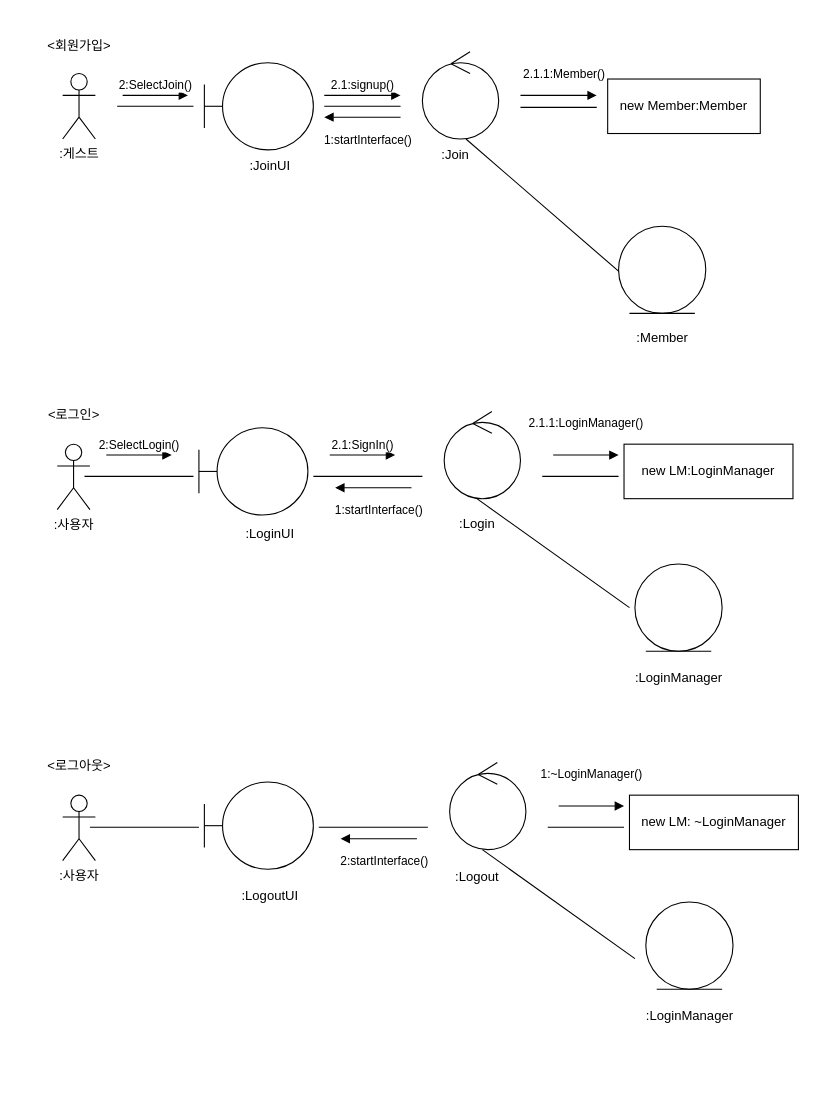
Above: page "페이지-1" (1 of 2) of 소공2차과제 커뮤니케이션 다이어그램.drawio.xml in nowOne2/se2ndAssignment (draw.io), before the change. Source tidied: cells renumbered, new cells numbered last; positions are measured from the earlier drawing's top-left corner, leaving out a move shared by most shapes. Both pictures are drawn from the tidied source at 109%, with x=0, y=0 at pixel (35, 29).
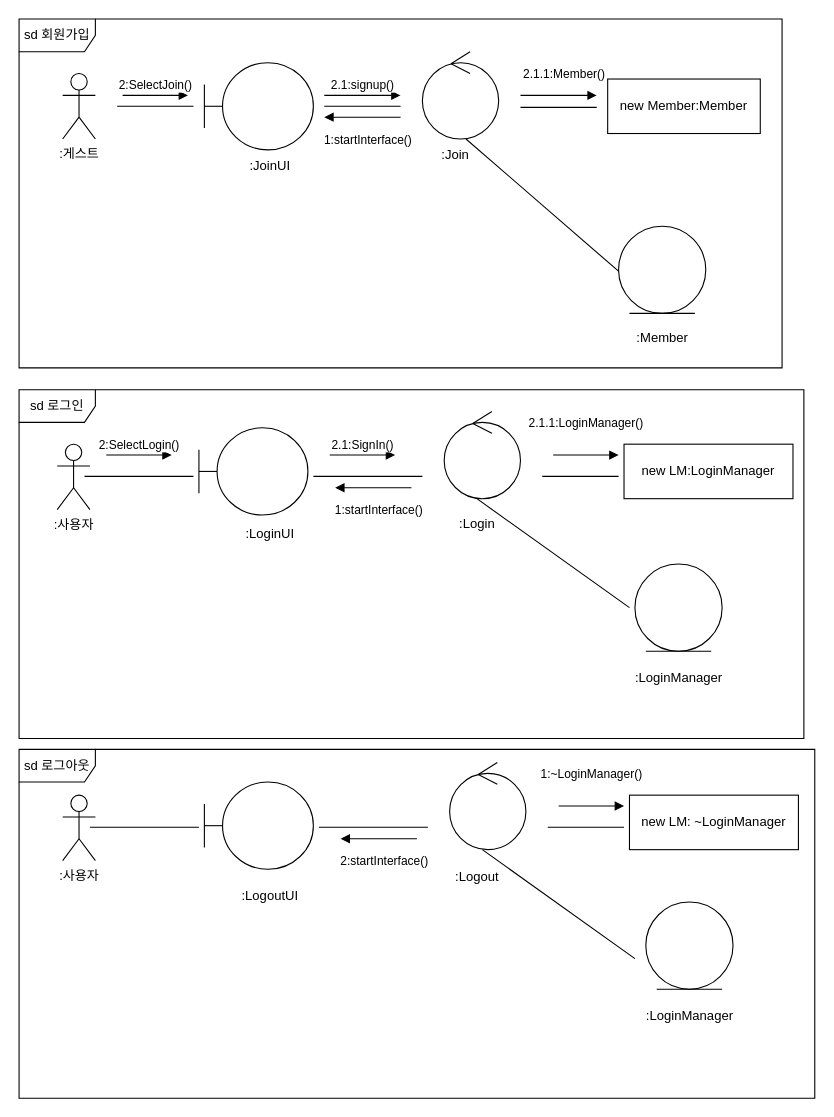
The same diagram, later.

The edit, as a diff of the source:
```diff
@@
-    <mxCell id="12" value="&amp;lt;회원가입&amp;gt;" style="text;html=1;align=center;verticalAlign=middle;strokeColor=none;fillColor=none;" parent="1" vertex="1">
-      <mxGeometry width="80" height="30" as="geometry" />
-    </mxCell>
-    <mxCell id="13" value="&amp;lt;로그인&amp;gt;" style="text;html=1;align=center;verticalAlign=middle;strokeColor=none;fillColor=none;" parent="1" vertex="1">
-      <mxGeometry y="338" width="70" height="30" as="geometry" />
-    </mxCell>
@@
-    <mxCell id="24" value="&amp;lt;로그아웃&amp;gt;" style="text;html=1;align=center;verticalAlign=middle;strokeColor=none;fillColor=none;" parent="1" vertex="1">
-      <mxGeometry y="660" width="80" height="30" as="geometry" />
-    </mxCell>
@@
+    <mxCell id="51" value="sd 회원가입" style="shape=umlFrame;whiteSpace=wrap;html=1;width=70;height=30;" parent="1" vertex="1">
+      <mxGeometry x="-15" y="-10" width="700" height="320" as="geometry" />
+    </mxCell>
+    <mxCell id="52" value="sd 로그인" style="shape=umlFrame;whiteSpace=wrap;html=1;width=70;height=30;" parent="1" vertex="1">
+      <mxGeometry x="-15" y="330" width="720" height="320" as="geometry" />
+    </mxCell>
+    <mxCell id="53" value="sd 로그아웃" style="shape=umlFrame;whiteSpace=wrap;html=1;width=70;height=30;" parent="1" vertex="1">
+      <mxGeometry x="-15" y="660" width="730" height="320" as="geometry" />
+    </mxCell>
```
